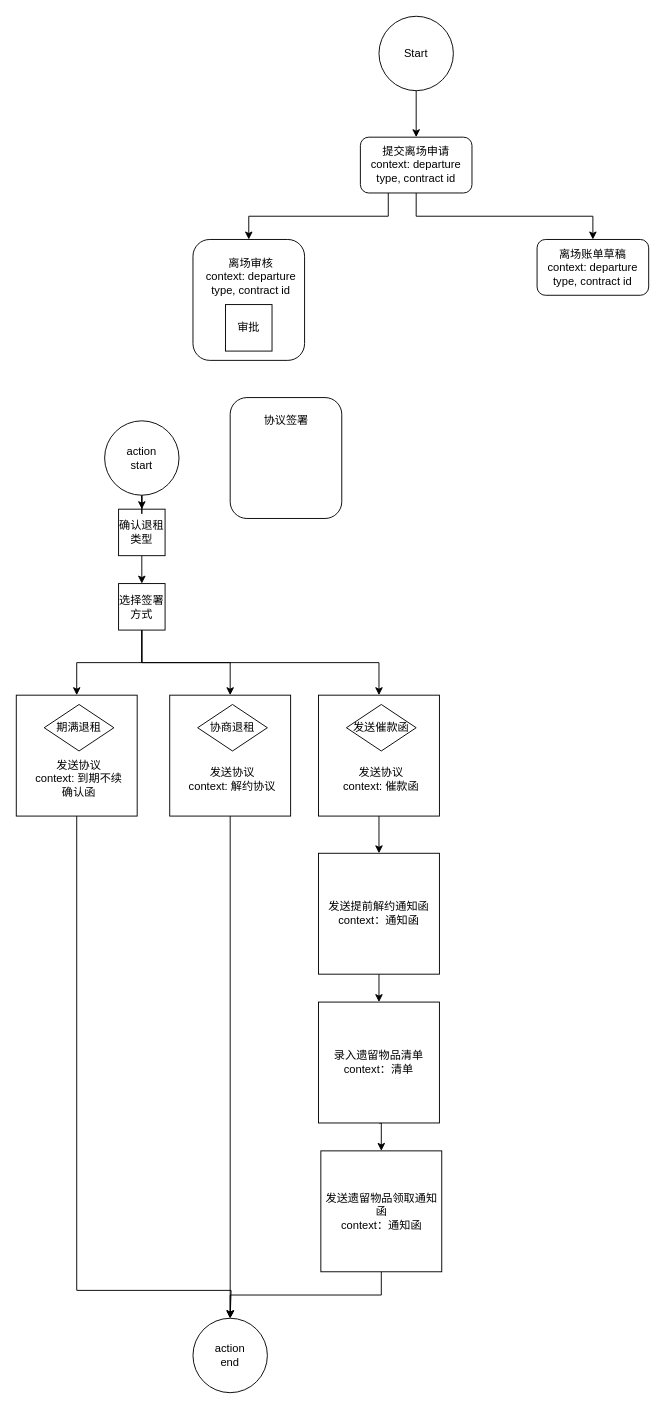
This is Departure Workflow.drawio from evagle/awesome, a draw.io file, before an edit. Source tidied: cells renumbered, new cells numbered last; positions are measured from the earlier drawing's top-left corner, leaving out a move shared by most shapes. Both pictures are drawn from the tidied source at 93%, with x=0, y=0 at pixel (16, 16).
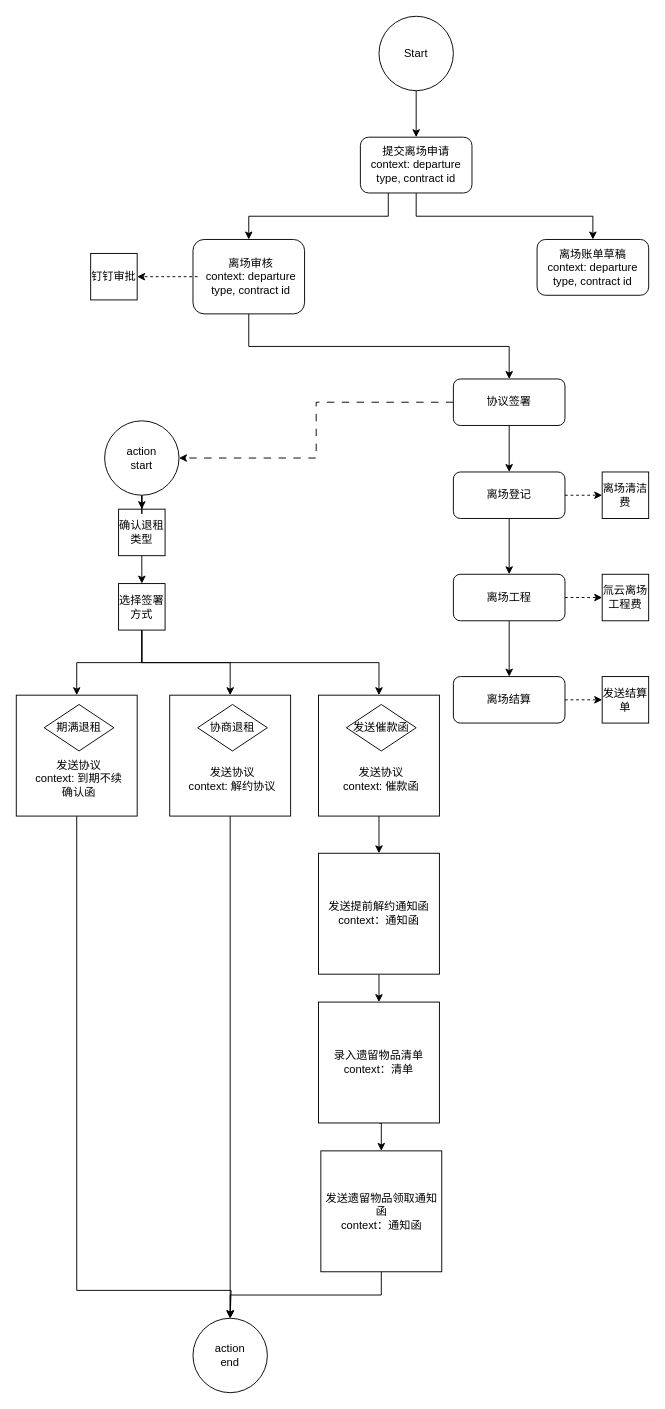
After the change.

Unchanged cells that the change refers to:
```xml
<mxCell id="10" value="离场审核&lt;br style=&quot;border-color: var(--border-color);&quot;&gt;context: departure type, contract id" style="text;html=1;strokeColor=none;fillColor=none;align=center;verticalAlign=middle;whiteSpace=wrap;rounded=0;" parent="1" vertex="1">
  <mxGeometry x="195" y="260" width="115" height="40" as="geometry" />
</mxCell>
<mxCell id="38" value="action&lt;br&gt;start" style="ellipse;whiteSpace=wrap;html=1;" parent="1" vertex="1">
  <mxGeometry x="95" y="435" width="80" height="80" as="geometry" />
</mxCell>
```

What changed in the source:
```diff
@@
+    <mxCell id="40" style="edgeStyle=orthogonalEdgeStyle;rounded=0;jettySize=auto;html=1;exitX=0.5;exitY=1;exitDx=0;exitDy=0;entryX=0.5;entryY=0;entryDx=0;entryDy=0;" parent="1" edge="1" source="8" target="11">
+      <mxGeometry relative="1" as="geometry" />
+    </mxCell>
     <mxCell id="8" style="rounded=1;whiteSpace=wrap;html=1;" parent="1" vertex="1">
-      <mxGeometry x="190" y="240" width="120" height="130" as="geometry" />
+      <mxGeometry x="190" y="240" width="120" height="80" as="geometry" />
     </mxCell>
-    <mxCell id="9" value="审批" style="whiteSpace=wrap;html=1;" parent="1" vertex="1">
-      <mxGeometry x="225" y="310" width="50" height="50" as="geometry" />
-    </mxCell>
+    <mxCell id="41" style="edgeStyle=orthogonalEdgeStyle;rounded=0;jettySize=auto;html=1;exitX=0;exitY=0.5;exitDx=0;exitDy=0;entryX=1;entryY=0.5;entryDx=0;entryDy=0;dashed=1;" parent="1" edge="1" source="10" target="52">
+      <mxGeometry relative="1" as="geometry" />
+    </mxCell>
@@
+    <mxCell id="42" style="edgeStyle=orthogonalEdgeStyle;rounded=0;jettySize=auto;html=1;dashed=1;dashPattern=8 8;" parent="1" edge="1" source="11" target="38">
+      <mxGeometry relative="1" as="geometry" />
+    </mxCell>
+    <mxCell id="43" style="edgeStyle=orthogonalEdgeStyle;rounded=0;jettySize=auto;html=1;exitX=0.5;exitY=1;exitDx=0;exitDy=0;entryX=0.5;entryY=0;entryDx=0;entryDy=0;" parent="1" edge="1" source="11" target="46">
+      <mxGeometry relative="1" as="geometry" />
+    </mxCell>
-    <mxCell id="11" style="rounded=1;whiteSpace=wrap;html=1;" parent="1" vertex="1">
-      <mxGeometry x="230" y="410" width="120" height="130" as="geometry" />
+    <mxCell id="11" value="协议签署" style="rounded=1;whiteSpace=wrap;html=1;" parent="1" vertex="1">
+      <mxGeometry x="470" y="390" width="120" height="50" as="geometry" />
     </mxCell>
-    <mxCell id="12" value="协议签署" style="text;html=1;strokeColor=none;fillColor=none;align=center;verticalAlign=middle;whiteSpace=wrap;rounded=0;" parent="1" vertex="1">
-      <mxGeometry x="227.5" y="410" width="125" height="50" as="geometry" />
-    </mxCell>
@@
+    <mxCell id="44" style="edgeStyle=orthogonalEdgeStyle;rounded=0;jettySize=auto;html=1;exitX=0.5;exitY=1;exitDx=0;exitDy=0;" parent="1" edge="1" source="46" target="49">
+      <mxGeometry relative="1" as="geometry" />
+    </mxCell>
+    <mxCell id="45" style="edgeStyle=orthogonalEdgeStyle;rounded=0;jettySize=auto;html=1;exitX=1;exitY=0.5;exitDx=0;exitDy=0;entryX=0;entryY=0.5;entryDx=0;entryDy=0;dashed=1;" parent="1" edge="1" source="46" target="53">
+      <mxGeometry relative="1" as="geometry" />
+    </mxCell>
+    <mxCell id="46" value="离场登记" style="rounded=1;whiteSpace=wrap;html=1;" parent="1" vertex="1">
+      <mxGeometry x="470" y="490" width="120" height="50" as="geometry" />
+    </mxCell>
+    <mxCell id="47" style="edgeStyle=orthogonalEdgeStyle;rounded=0;jettySize=auto;html=1;exitX=0.5;exitY=1;exitDx=0;exitDy=0;entryX=0.5;entryY=0;entryDx=0;entryDy=0;" parent="1" edge="1" source="49" target="51">
+      <mxGeometry relative="1" as="geometry" />
+    </mxCell>
+    <mxCell id="48" style="edgeStyle=orthogonalEdgeStyle;rounded=0;jettySize=auto;html=1;exitX=1;exitY=0.5;exitDx=0;exitDy=0;dashed=1;" parent="1" edge="1" source="49" target="54">
+      <mxGeometry relative="1" as="geometry" />
+    </mxCell>
+    <mxCell id="49" value="离场工程" style="rounded=1;whiteSpace=wrap;html=1;" parent="1" vertex="1">
+      <mxGeometry x="470" y="600" width="120" height="50" as="geometry" />
+    </mxCell>
+    <mxCell id="50" style="edgeStyle=orthogonalEdgeStyle;rounded=0;jettySize=auto;html=1;exitX=1;exitY=0.5;exitDx=0;exitDy=0;dashed=1;" parent="1" edge="1" source="51" target="55">
+      <mxGeometry relative="1" as="geometry" />
+    </mxCell>
+    <mxCell id="51" value="离场结算" style="rounded=1;whiteSpace=wrap;html=1;" parent="1" vertex="1">
+      <mxGeometry x="470" y="710" width="120" height="50" as="geometry" />
+    </mxCell>
+    <mxCell id="52" value="钉钉审批" style="whiteSpace=wrap;html=1;" parent="1" vertex="1">
+      <mxGeometry x="80" y="255" width="50" height="50" as="geometry" />
+    </mxCell>
+    <mxCell id="53" value="离场清洁费" style="whiteSpace=wrap;html=1;" parent="1" vertex="1">
+      <mxGeometry x="630" y="490" width="50" height="50" as="geometry" />
+    </mxCell>
+    <mxCell id="54" value="氚云离场工程费" style="whiteSpace=wrap;html=1;" parent="1" vertex="1">
+      <mxGeometry x="630" y="600" width="50" height="50" as="geometry" />
+    </mxCell>
+    <mxCell id="55" value="发送结算单" style="whiteSpace=wrap;html=1;" parent="1" vertex="1">
+      <mxGeometry x="630" y="710" width="50" height="50" as="geometry" />
+    </mxCell>
```
